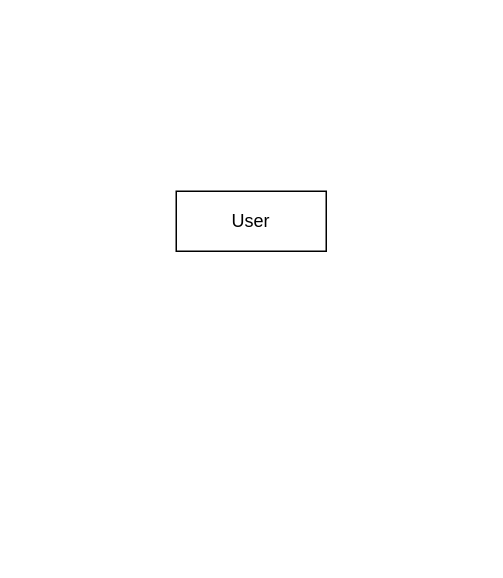
Earlier version of the draw.io diagram page "Page-1" (1 of 2) of ERD.drawio (tp12356twNccu/OOP_1122_finalProject_Group12). Source tidied: cells renumbered, new cells numbered last; positions are measured from the earlier drawing's top-left corner, leaving out a move shared by most shapes. Both pictures are drawn from the tidied source at 150%, with x=0, y=0 at pixel (176, 190).
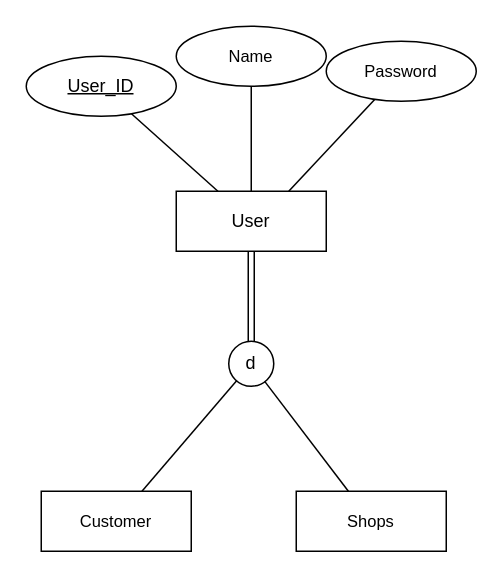
The same page after the edit.

Diff of the diagram source:
```diff
@@
 <mxGraphModel>
   <root>
     <mxCell id="0" />
     <mxCell id="1" parent="0" />
+    <mxCell id="3" style="edgeStyle=none;rounded=0;jettySize=auto;html=1;strokeColor=default;align=center;verticalAlign=middle;fontFamily=Helvetica;fontSize=11;fontColor=default;labelBackgroundColor=default;endArrow=none;endFill=0;shape=link;" parent="1" edge="1" source="2" target="10">
+      <mxGeometry relative="1" as="geometry" />
+    </mxCell>
     <mxCell id="2" value="User" style="whiteSpace=wrap;html=1;align=center;" parent="1" vertex="1">
       <mxGeometry width="100" height="40" as="geometry" />
     </mxCell>
+    <mxCell id="4" style="rounded=0;jettySize=auto;html=1;endArrow=none;endFill=0;" parent="1" edge="1" source="5" target="2">
+      <mxGeometry relative="1" as="geometry" />
+    </mxCell>
+    <mxCell id="5" value="&lt;u&gt;User_ID&lt;/u&gt;" style="ellipse;whiteSpace=wrap;html=1;align=center;" parent="1" vertex="1">
+      <mxGeometry x="-100" y="-90" width="100" height="40" as="geometry" />
+    </mxCell>
+    <mxCell id="6" style="edgeStyle=none;rounded=0;jettySize=auto;html=1;strokeColor=default;align=center;verticalAlign=middle;fontFamily=Helvetica;fontSize=11;fontColor=default;labelBackgroundColor=default;endArrow=none;endFill=0;" parent="1" edge="1" source="7" target="2">
+      <mxGeometry relative="1" as="geometry" />
+    </mxCell>
+    <mxCell id="7" value="Name" style="ellipse;whiteSpace=wrap;html=1;align=center;fontFamily=Helvetica;fontSize=11;fontColor=default;labelBackgroundColor=default;" parent="1" vertex="1">
+      <mxGeometry y="-110" width="100" height="40" as="geometry" />
+    </mxCell>
+    <mxCell id="8" style="edgeStyle=none;rounded=0;jettySize=auto;html=1;strokeColor=default;align=center;verticalAlign=middle;fontFamily=Helvetica;fontSize=11;fontColor=default;labelBackgroundColor=default;endArrow=none;endFill=0;entryX=0.75;entryY=0;entryDx=0;entryDy=0;" parent="1" edge="1" source="9" target="2">
+      <mxGeometry relative="1" as="geometry" />
+    </mxCell>
+    <mxCell id="9" value="Password" style="ellipse;whiteSpace=wrap;html=1;align=center;fontFamily=Helvetica;fontSize=11;fontColor=default;labelBackgroundColor=default;" parent="1" vertex="1">
+      <mxGeometry x="100" y="-100" width="100" height="40" as="geometry" />
+    </mxCell>
+    <mxCell id="10" value="d" style="ellipse;whiteSpace=wrap;html=1;" parent="1" vertex="1">
+      <mxGeometry x="35" y="100" width="30" height="30" as="geometry" />
+    </mxCell>
+    <mxCell id="11" style="edgeStyle=none;rounded=0;jettySize=auto;html=1;strokeColor=default;align=center;verticalAlign=middle;fontFamily=Helvetica;fontSize=11;fontColor=default;labelBackgroundColor=default;endArrow=none;endFill=0;" parent="1" edge="1" source="12" target="10">
+      <mxGeometry relative="1" as="geometry" />
+    </mxCell>
+    <mxCell id="12" value="Customer" style="whiteSpace=wrap;html=1;align=center;fontFamily=Helvetica;fontSize=11;fontColor=default;labelBackgroundColor=default;" parent="1" vertex="1">
+      <mxGeometry x="-90" y="200" width="100" height="40" as="geometry" />
+    </mxCell>
+    <mxCell id="13" style="edgeStyle=none;rounded=0;jettySize=auto;html=1;strokeColor=default;align=center;verticalAlign=middle;fontFamily=Helvetica;fontSize=11;fontColor=default;labelBackgroundColor=default;endArrow=none;endFill=0;" parent="1" edge="1" source="14" target="10">
+      <mxGeometry relative="1" as="geometry" />
+    </mxCell>
+    <mxCell id="14" value="Shops" style="whiteSpace=wrap;html=1;align=center;fontFamily=Helvetica;fontSize=11;fontColor=default;labelBackgroundColor=default;" parent="1" vertex="1">
+      <mxGeometry x="80" y="200" width="100" height="40" as="geometry" />
+    </mxCell>
   </root>
 </mxGraphModel>
```
